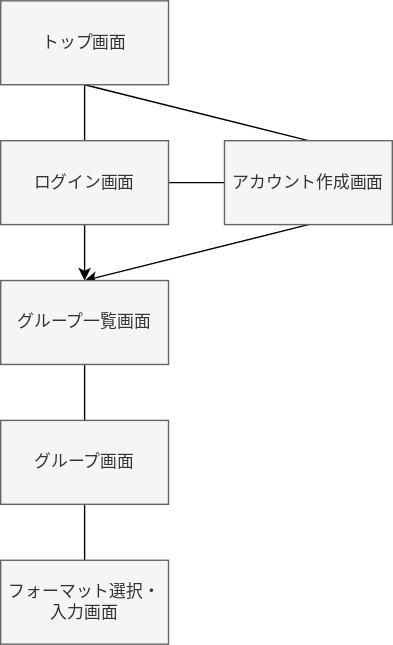
nkc-ug/PSI keeps this draw.io diagram as document.drawio.svg. Above is the earlier version. Source tidied: cells renumbered, new cells last; positions are measured from the earlier drawing's top-left corner, leaving out a move shared by most shapes.
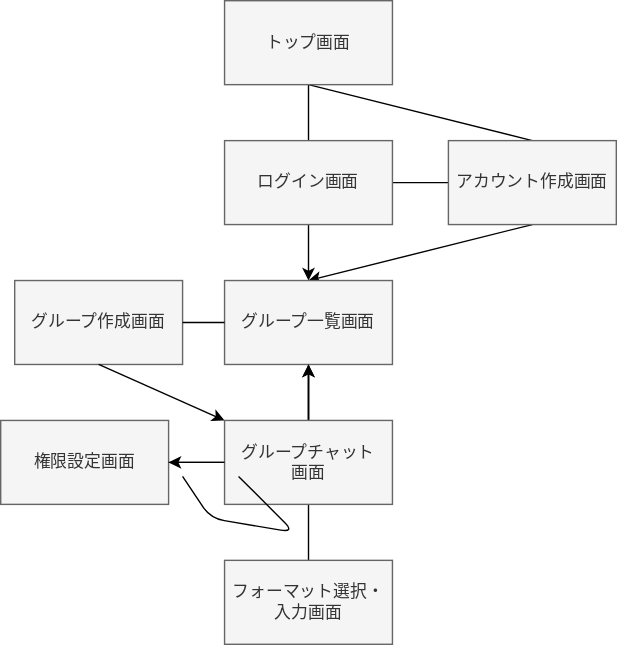
After the commit.

Commit message:
ファイルの画面を追加

Change to the diagram source:
```diff
@@ -28,20 +28,60 @@
     <mxCell id="9" value="アカウント作成画面" style="whiteSpace=wrap;html=1;fillColor=#f5f5f5;fontColor=#333333;strokeColor=#666666;" parent="1" vertex="1">
       <mxGeometry x="160" y="100" width="120" height="60" as="geometry" />
     </mxCell>
-    <mxCell id="10" style="edgeStyle=none;html=1;exitX=0.5;exitY=1;exitDx=0;exitDy=0;entryX=0.5;entryY=0;entryDx=0;entryDy=0;endArrow=none;endFill=0;" parent="1" edge="1" source="11" target="13">
-      <mxGeometry relative="1" as="geometry" />
+    <mxCell id="10" style="edgeStyle=none;html=1;exitX=0.5;exitY=1;exitDx=0;exitDy=0;entryX=0.5;entryY=0;entryDx=0;entryDy=0;endArrow=none;endFill=0;" parent="1" edge="1" source="11">
+      <mxGeometry relative="1" as="geometry">
+        <mxPoint x="60" y="300" as="targetPoint" />
+      </mxGeometry>
     </mxCell>
     <mxCell id="11" value="グループ一覧画面" style="whiteSpace=wrap;html=1;fillColor=#f5f5f5;fontColor=#333333;strokeColor=#666666;" parent="1" vertex="1">
       <mxGeometry y="200" width="120" height="60" as="geometry" />
     </mxCell>
-    <mxCell id="12" style="edgeStyle=none;html=1;exitX=0.5;exitY=1;exitDx=0;exitDy=0;entryX=0.5;entryY=0;entryDx=0;entryDy=0;endArrow=none;endFill=0;" parent="1" edge="1" source="13" target="14">
-      <mxGeometry relative="1" as="geometry" />
+    <mxCell id="12" style="edgeStyle=none;html=1;exitX=0.5;exitY=1;exitDx=0;exitDy=0;entryX=0.5;entryY=0;entryDx=0;entryDy=0;endArrow=none;endFill=0;" parent="1" edge="1" target="14">
+      <mxGeometry relative="1" as="geometry">
+        <mxPoint x="60" y="360" as="sourcePoint" />
+      </mxGeometry>
     </mxCell>
-    <mxCell id="13" value="グループ画面" style="whiteSpace=wrap;html=1;fillColor=#f5f5f5;fontColor=#333333;strokeColor=#666666;" parent="1" vertex="1">
-      <mxGeometry y="300" width="120" height="60" as="geometry" />
-    </mxCell>
     <mxCell id="14" value="フォーマット選択・入力画面" style="whiteSpace=wrap;html=1;fillColor=#f5f5f5;fontColor=#333333;strokeColor=#666666;" parent="1" vertex="1">
       <mxGeometry y="400" width="120" height="60" as="geometry" />
     </mxCell>
+    <mxCell id="15" value="グループ作成画面" style="whiteSpace=wrap;html=1;fillColor=#f5f5f5;fontColor=#333333;strokeColor=#666666;" parent="1" vertex="1">
+      <mxGeometry x="-150" y="200" width="120" height="60" as="geometry" />
+    </mxCell>
+    <mxCell id="16" style="edgeStyle=none;html=1;endArrow=none;endFill=0;exitX=1;exitY=0.5;exitDx=0;exitDy=0;entryX=0;entryY=0.5;entryDx=0;entryDy=0;" parent="1" edge="1" source="15" target="11">
+      <mxGeometry relative="1" as="geometry" />
+    </mxCell>
+    <mxCell id="17" style="edgeStyle=none;html=1;entryX=0;entryY=0;entryDx=0;entryDy=0;endArrow=classic;endFill=1;exitX=0.5;exitY=1;exitDx=0;exitDy=0;" parent="1" edge="1" source="15">
+      <mxGeometry relative="1" as="geometry">
+        <mxPoint y="300" as="targetPoint" />
+      </mxGeometry>
+    </mxCell>
+    <mxCell id="18" style="edgeStyle=none;html=1;" parent="1" edge="1" source="21" target="22">
+      <mxGeometry relative="1" as="geometry" />
+    </mxCell>
+    <mxCell id="19" style="edgeStyle=none;html=1;" parent="1" edge="1" source="21" target="11">
+      <mxGeometry relative="1" as="geometry" />
+    </mxCell>
+    <mxCell id="20" style="edgeStyle=none;html=1;" parent="1" edge="1" source="21" target="11">
+      <mxGeometry relative="1" as="geometry" />
+    </mxCell>
+    <mxCell id="21" value="グループチャット&lt;br&gt;画面" style="whiteSpace=wrap;html=1;fillColor=#f5f5f5;fontColor=#333333;strokeColor=#666666;" parent="1" vertex="1">
+      <mxGeometry y="300" width="120" height="60" as="geometry" />
+    </mxCell>
+    <mxCell id="22" value="権限設定画面" style="whiteSpace=wrap;html=1;fillColor=#f5f5f5;fontColor=#333333;strokeColor=#666666;" parent="1" vertex="1">
+      <mxGeometry x="-160" y="300" width="120" height="60" as="geometry" />
+    </mxCell>
+    <mxCell id="23" style="edgeStyle=none;html=1;entryX=1;entryY=0.5;entryDx=0;entryDy=0;endArrow=none;endFill=0;exitX=0;exitY=0.5;exitDx=0;exitDy=0;" parent="1" edge="1" source="21" target="22">
+      <mxGeometry relative="1" as="geometry" />
+    </mxCell>
+    <mxCell id="24" style="edgeStyle=none;html=1;entryX=1;entryY=0.5;entryDx=0;entryDy=0;endArrow=none;endFill=0;exitX=0;exitY=0.5;exitDx=0;exitDy=0;" parent="1" edge="1">
+      <mxGeometry relative="1" as="geometry">
+        <mxPoint x="10" y="340" as="sourcePoint" />
+        <mxPoint x="-30" y="340" as="targetPoint" />
+        <Array as="points">
+          <mxPoint x="50" y="380" />
+          <mxPoint x="-10" y="370" />
+        </Array>
+      </mxGeometry>
+    </mxCell>
   </root>
 </mxGraphModel>
```
